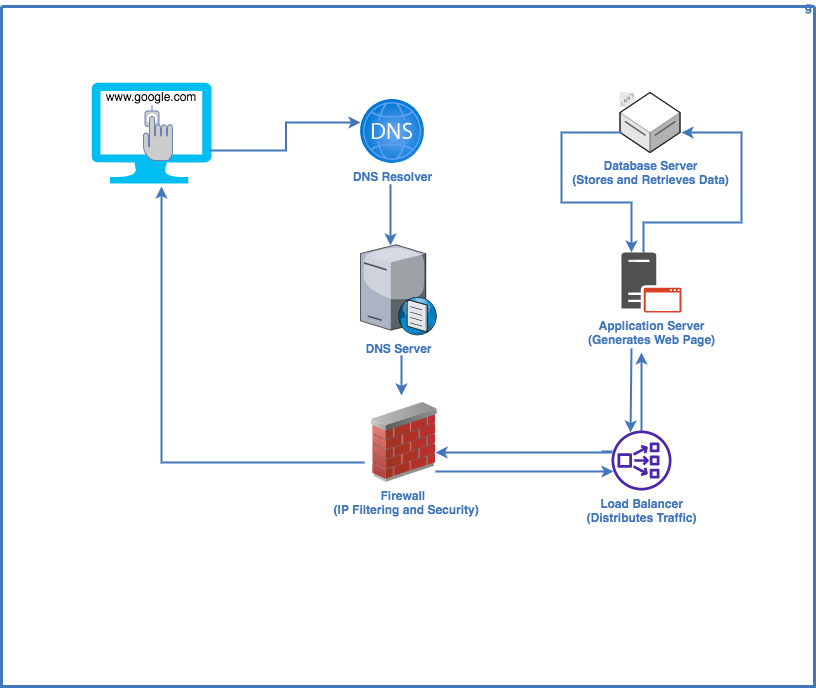
This is 0x11-what_happens_when_your_type_google_com_in_your_browser_and_press_enter/Untitled Diagram.drawio.png from innobrightcafe/alx-system_engineering-devops, a draw.io export, as it was before one commit. Source tidied: cells renumbered, new cells last; positions are measured from the earlier drawing's top-left corner, leaving out a move shared by most shapes.
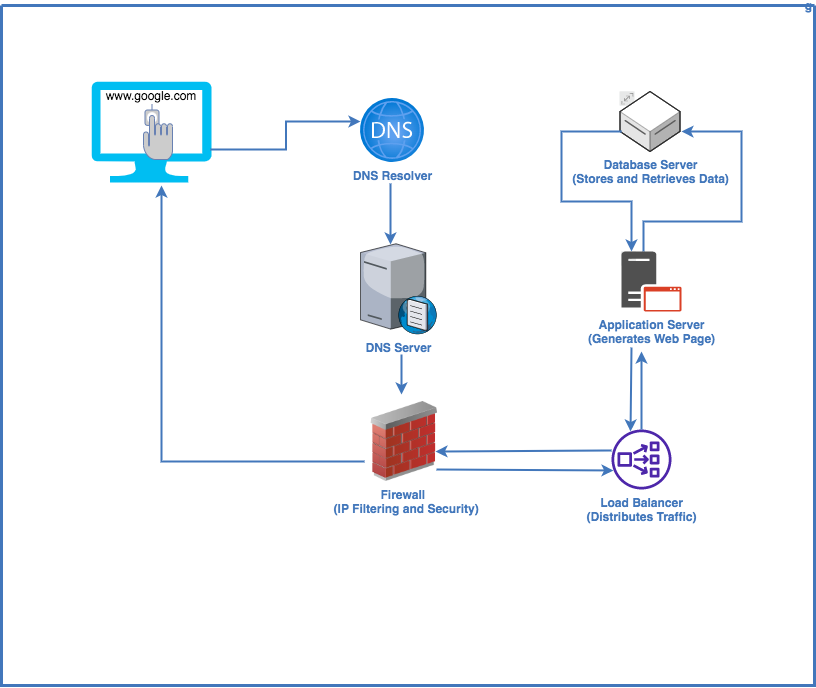
The same file after the commit.

What changed in the source:
```diff
@@ -2,7 +2,7 @@
   <root>
     <mxCell id="0" />
     <mxCell id="1" parent="0" />
-    <mxCell id="2" value="g" style="swimlane;shadow=0;strokeColor=#4277BB;fillColor=#ffffff;fontColor=#4277BB;align=right;startSize=0;strokeWidth=3;" parent="1" vertex="1">
+    <mxCell id="2" value="g" style="swimlane;shadow=0;strokeColor=#4277BB;fillColor=#ffffff;fontColor=#4277BB;align=right;startSize=0;strokeWidth=3;rounded=0;" parent="1" vertex="1">
       <mxGeometry width="813" height="680" as="geometry" />
     </mxCell>
     <mxCell id="3" style="verticalLabelPosition=bottom;html=1;verticalAlign=top;align=center;strokeColor=none;fillColor=#00BEF2;shape=mxgraph.azure.computer;" parent="2" vertex="1">
```
